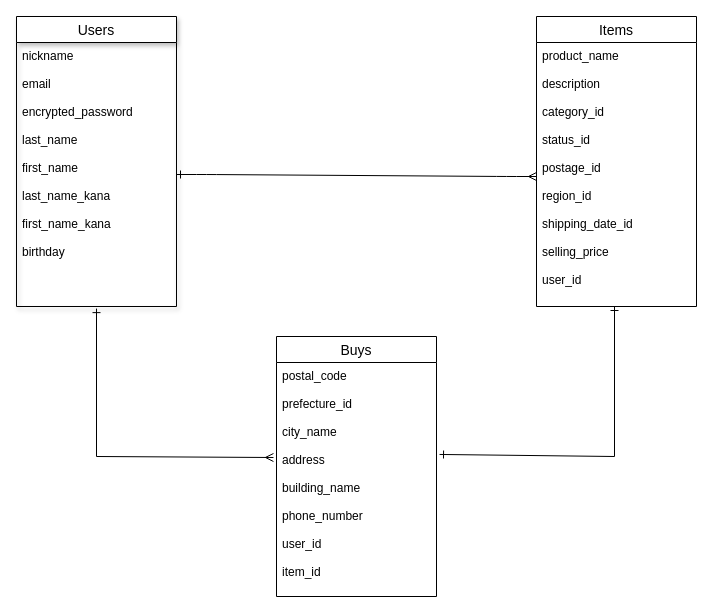
Earlier version of the draw.io diagram furima.dio (fulu90/furima-32903). Source tidied: cells renumbered, new cells numbered last; positions are measured from the earlier drawing's top-left corner, leaving out a move shared by most shapes. Both pictures are drawn from the tidied source at 100%, with x=0, y=0 at pixel (16, 16).
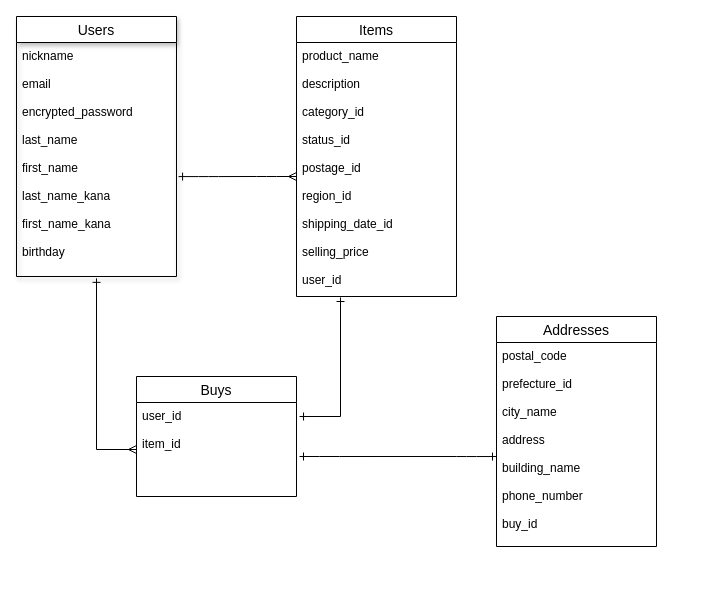
After the change.

Commit message (it also covers changes not shown here):
テーブル設計_修正_2

Change to the diagram source:
```diff
@@
 <mxGraphModel>
   <root>
     <mxCell id="0" />
     <mxCell id="1" parent="0" />
     <mxCell id="2" value="Items" style="swimlane;fontStyle=0;horizontal=1;startSize=26;align=center;fontSize=14;" parent="1" vertex="1">
-      <mxGeometry x="520" width="160" height="290" as="geometry" />
+      <mxGeometry x="280" width="160" height="280" as="geometry" />
     </mxCell>
     <mxCell id="3" value="product_name&#10;&#10;description&#10;&#10;category_id&#10;&#10;status_id&#10;&#10;postage_id&#10;&#10;region_id&#10;&#10;shipping_date_id&#10;&#10;selling_price&#10;&#10;user_id" style="text;strokeColor=none;fillColor=none;spacingLeft=4;spacingRight=4;overflow=hidden;points=[[0,0.5],[1,0.5]];portConstraint=eastwest;fontSize=12;" parent="2" vertex="1">
-      <mxGeometry y="26" width="160" height="264" as="geometry" />
+      <mxGeometry y="26" width="160" height="254" as="geometry" />
     </mxCell>
-    <mxCell id="4" value="Buys" style="swimlane;fontStyle=0;horizontal=1;startSize=26;align=center;fontSize=14;" parent="1" vertex="1">
-      <mxGeometry x="260" y="320" width="160" height="260" as="geometry" />
+    <mxCell id="4" value="Addresses" style="swimlane;fontStyle=0;horizontal=1;startSize=26;align=center;fontSize=14;" parent="1" vertex="1">
+      <mxGeometry x="480" y="300" width="160" height="230" as="geometry" />
     </mxCell>
-    <mxCell id="5" value="postal_code&#10;&#10;prefecture_id&#10;&#10;city_name&#10;&#10;address&#10;&#10;building_name&#10;&#10;phone_number&#10;&#10;user_id&#10;&#10;item_id&#10;&#10;" style="text;strokeColor=none;fillColor=none;spacingLeft=4;spacingRight=4;overflow=hidden;points=[[0,0.5],[1,0.5]];portConstraint=eastwest;fontSize=12;" parent="4" vertex="1">
-      <mxGeometry y="26" width="160" height="234" as="geometry" />
+    <mxCell id="5" value="postal_code&#10;&#10;prefecture_id&#10;&#10;city_name&#10;&#10;address&#10;&#10;building_name&#10;&#10;phone_number&#10;&#10;buy_id&#10;" style="text;strokeColor=none;fillColor=none;spacingLeft=4;spacingRight=4;overflow=hidden;points=[[0,0.5],[1,0.5]];portConstraint=eastwest;fontSize=12;" parent="4" vertex="1">
+      <mxGeometry y="26" width="160" height="204" as="geometry" />
     </mxCell>
     <mxCell id="6" value="Users" style="swimlane;fontStyle=0;horizontal=1;startSize=26;align=center;fontSize=14;shadow=1;" parent="1" vertex="1">
-      <mxGeometry width="160" height="290" as="geometry" />
+      <mxGeometry width="160" height="260" as="geometry" />
     </mxCell>
     <mxCell id="7" value="nickname&#10;&#10;email&#10;&#10;encrypted_password&#10;&#10;last_name&#10;&#10;first_name&#10;&#10;last_name_kana&#10;&#10;first_name_kana&#10;&#10;birthday" style="text;strokeColor=none;fillColor=none;spacingLeft=4;spacingRight=4;overflow=hidden;points=[[0,0.5],[1,0.5]];portConstraint=eastwest;fontSize=12;" parent="6" vertex="1">
-      <mxGeometry y="26" width="160" height="264" as="geometry" />
+      <mxGeometry y="26" width="160" height="234" as="geometry" />
     </mxCell>
-    <mxCell id="8" style="edgeStyle=entityRelationEdgeStyle;fontSize=12;html=1;endArrow=ERmany;startArrow=ERone;startFill=0;endFill=0;exitX=1;exitY=0.5;exitDx=0;exitDy=0;" parent="1" edge="1" source="7">
+    <mxCell id="8" style="edgeStyle=entityRelationEdgeStyle;fontSize=12;html=1;endArrow=ERmany;startArrow=ERone;startFill=0;endFill=0;exitX=1.013;exitY=0.573;exitDx=0;exitDy=0;exitPerimeter=0;" parent="1" edge="1" source="7">
       <mxGeometry relative="1" as="geometry">
-        <mxPoint x="520" y="160" as="targetPoint" />
+        <mxPoint x="280" y="160" as="targetPoint" />
       </mxGeometry>
     </mxCell>
-    <mxCell id="9" style="endArrow=ERone;html=1;rounded=0;startArrow=ERone;startFill=0;endFill=0;exitX=1.019;exitY=0.393;exitDx=0;exitDy=0;exitPerimeter=0;" parent="1" edge="1" source="5">
+    <mxCell id="9" style="endArrow=ERone;html=1;rounded=0;startArrow=ERone;startFill=0;endFill=0;entryX=0.275;entryY=1.004;entryDx=0;entryDy=0;entryPerimeter=0;exitX=1.019;exitY=0.149;exitDx=0;exitDy=0;exitPerimeter=0;" parent="1" edge="1" source="12" target="3">
       <mxGeometry relative="1" as="geometry">
-        <mxPoint x="598" y="290" as="targetPoint" />
         <Array as="points">
-          <mxPoint x="598" y="440" />
+          <mxPoint x="324" y="400" />
         </Array>
       </mxGeometry>
     </mxCell>
-    <mxCell id="10" style="endArrow=ERmany;html=1;rounded=0;startArrow=ERone;startFill=0;endFill=0;exitX=0.5;exitY=1.008;exitDx=0;exitDy=0;exitPerimeter=0;entryX=-0.019;entryY=0.406;entryDx=0;entryDy=0;entryPerimeter=0;" parent="1" edge="1" source="7" target="5">
+    <mxCell id="10" style="endArrow=ERmany;html=1;rounded=0;startArrow=ERone;startFill=0;endFill=0;exitX=0.5;exitY=1.008;exitDx=0;exitDy=0;exitPerimeter=0;entryX=0;entryY=0.5;entryDx=0;entryDy=0;" parent="1" edge="1" source="7" target="12">
       <mxGeometry relative="1" as="geometry">
         <Array as="points">
-          <mxPoint x="80" y="440" />
+          <mxPoint x="80" y="433" />
         </Array>
       </mxGeometry>
     </mxCell>
+    <mxCell id="11" value="Buys" style="swimlane;fontStyle=0;horizontal=1;startSize=26;align=center;fontSize=14;" parent="1" vertex="1">
+      <mxGeometry x="120" y="360" width="160" height="120" as="geometry" />
+    </mxCell>
+    <mxCell id="12" value="user_id&#10;&#10;item_id&#10;" style="text;strokeColor=none;fillColor=none;spacingLeft=4;spacingRight=4;overflow=hidden;points=[[0,0.5],[1,0.5]];portConstraint=eastwest;fontSize=12;" parent="11" vertex="1">
+      <mxGeometry y="26" width="160" height="94" as="geometry" />
+    </mxCell>
+    <mxCell id="13" style="edgeStyle=entityRelationEdgeStyle;fontSize=12;html=1;endArrow=ERone;startArrow=ERone;startFill=0;endFill=0;entryX=0;entryY=0.559;entryDx=0;entryDy=0;entryPerimeter=0;" parent="1" edge="1" target="5">
+      <mxGeometry relative="1" as="geometry">
+        <mxPoint x="283" y="440" as="sourcePoint" />
+      </mxGeometry>
+    </mxCell>
   </root>
 </mxGraphModel>
```
